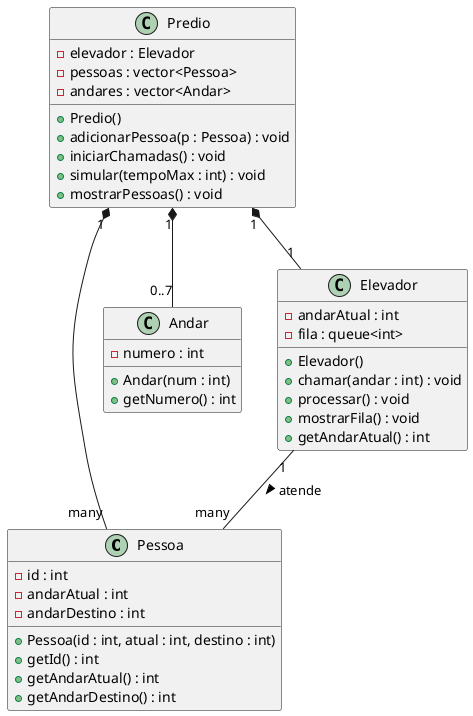
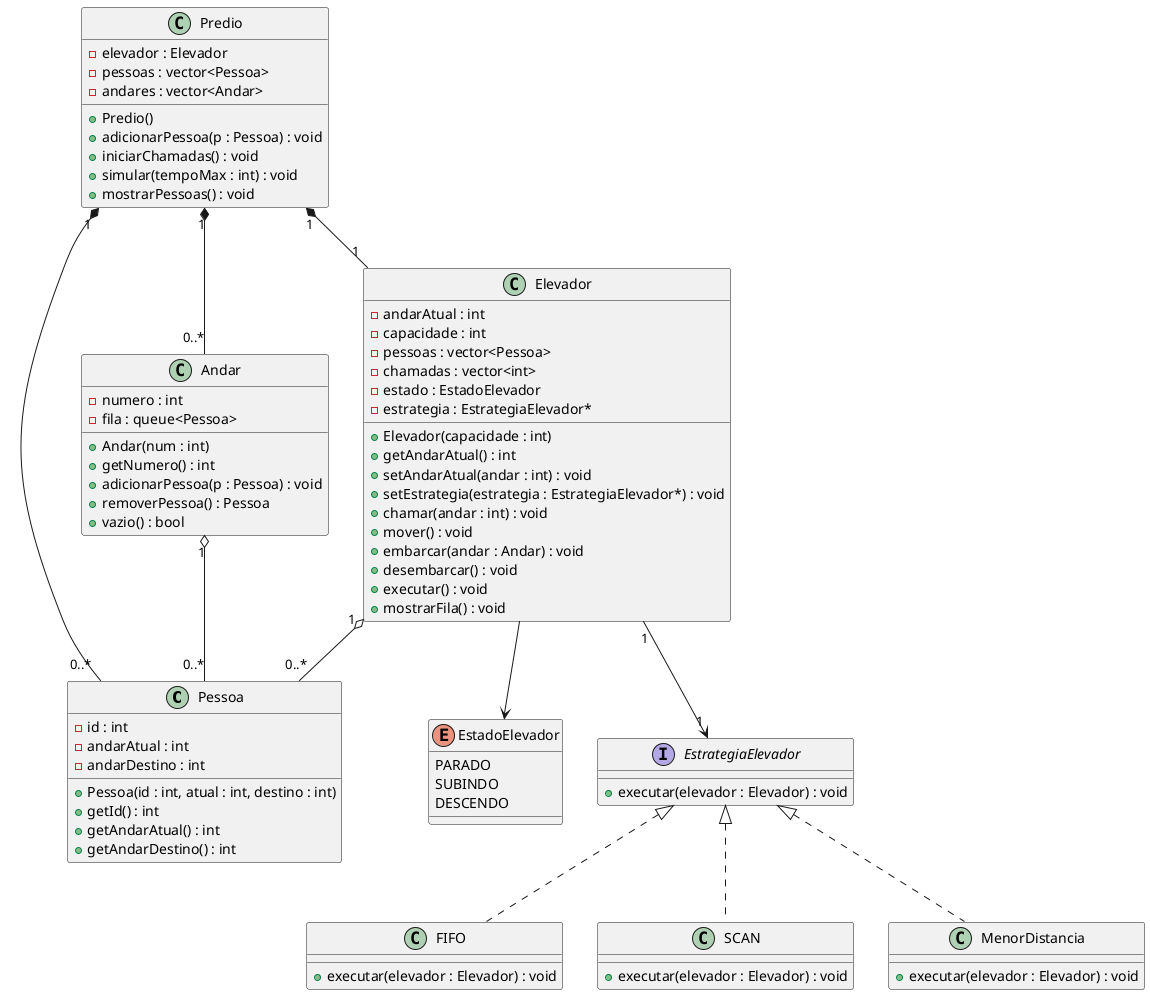
@startuml

class Pessoa {
    - id : int
    - andarAtual : int
    - andarDestino : int

    + Pessoa(id : int, atual : int, destino : int)
    + getId() : int
    + getAndarAtual() : int
    + getAndarDestino() : int
}

class Andar {
    - numero : int
+     - fila : queue<Pessoa>

    + Andar(num : int)
    + getNumero() : int
+     + adicionarPessoa(p : Pessoa) : void
+     + removerPessoa() : Pessoa
+     + vazio() : bool
}

class Elevador {
    - andarAtual : int
-     - fila : queue<int>
+     - capacidade : int
+     - pessoas : vector<Pessoa>
+     - chamadas : vector<int>
+     - estado : EstadoElevador
+     - estrategia : EstrategiaElevador*

-     + Elevador()
+     + Elevador(capacidade : int)
+     + getAndarAtual() : int
+     + setAndarAtual(andar : int) : void
+     + setEstrategia(estrategia : EstrategiaElevador*) : void
    + chamar(andar : int) : void
-     + processar() : void
+     + mover() : void
+     + embarcar(andar : Andar) : void
+     + desembarcar() : void
+     + executar() : void
    + mostrarFila() : void
-     + getAndarAtual() : int
+ }
+ 
+ enum EstadoElevador {
+     PARADO
+     SUBINDO
+     DESCENDO
+ }
+ 
+ interface EstrategiaElevador {
+     + executar(elevador : Elevador) : void
+ }
+ 
+ class FIFO {
+     + executar(elevador : Elevador) : void
+ }
+ 
+ class SCAN {
+     + executar(elevador : Elevador) : void
+ }
+ 
+ class MenorDistancia {
+     + executar(elevador : Elevador) : void
}

class Predio {
    - elevador : Elevador
    - pessoas : vector<Pessoa>
    - andares : vector<Andar>

    + Predio()
    + adicionarPessoa(p : Pessoa) : void
    + iniciarChamadas() : void
    + simular(tempoMax : int) : void
    + mostrarPessoas() : void
}

Predio "1" *-- "1" Elevador
- Predio "1" *-- "0..7" Andar
- Predio "1" *-- "many" Pessoa
- Elevador "1" -- "many" Pessoa : atende >
+ Predio "1" *-- "0..*" Andar
+ Predio "1" *-- "0..*" Pessoa

- @enduml
+ Andar "1" o-- "0..*" Pessoa
+ Elevador "1" o-- "0..*" Pessoa
+ 
+ Elevador "1" --> "1" EstrategiaElevador
+ EstrategiaElevador <|.. FIFO
+ EstrategiaElevador <|.. SCAN
+ EstrategiaElevador <|.. MenorDistancia
+ 
+ Elevador --> EstadoElevador
+ 
+ @enduml